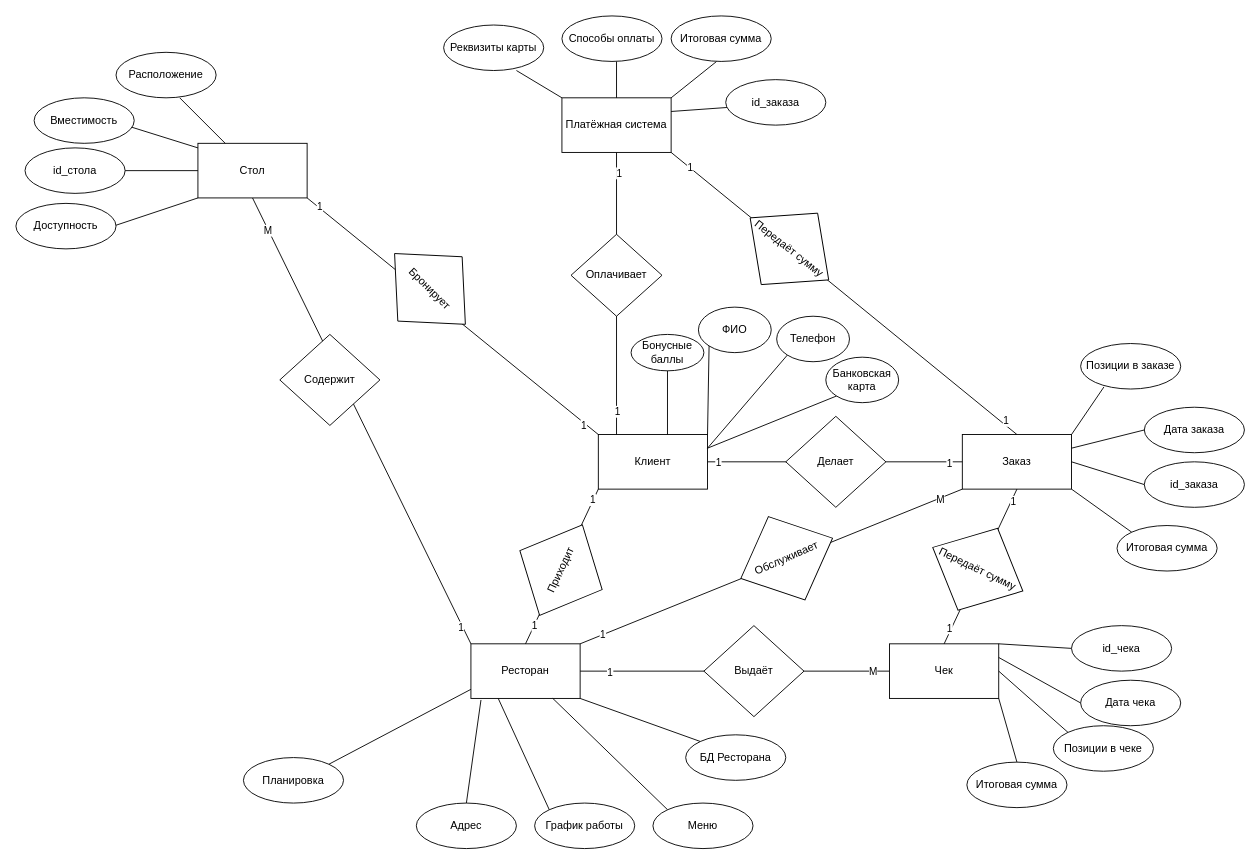
Earlier version of the draw.io diagram Концептуальная диаграмма.drawio (Crecker24/kursach). Source tidied: cells renumbered, new cells numbered last; positions are measured from the earlier drawing's top-left corner, leaving out a move shared by most shapes. Both pictures are drawn from the tidied source at 91%, with x=0, y=0 at pixel (15, 15).
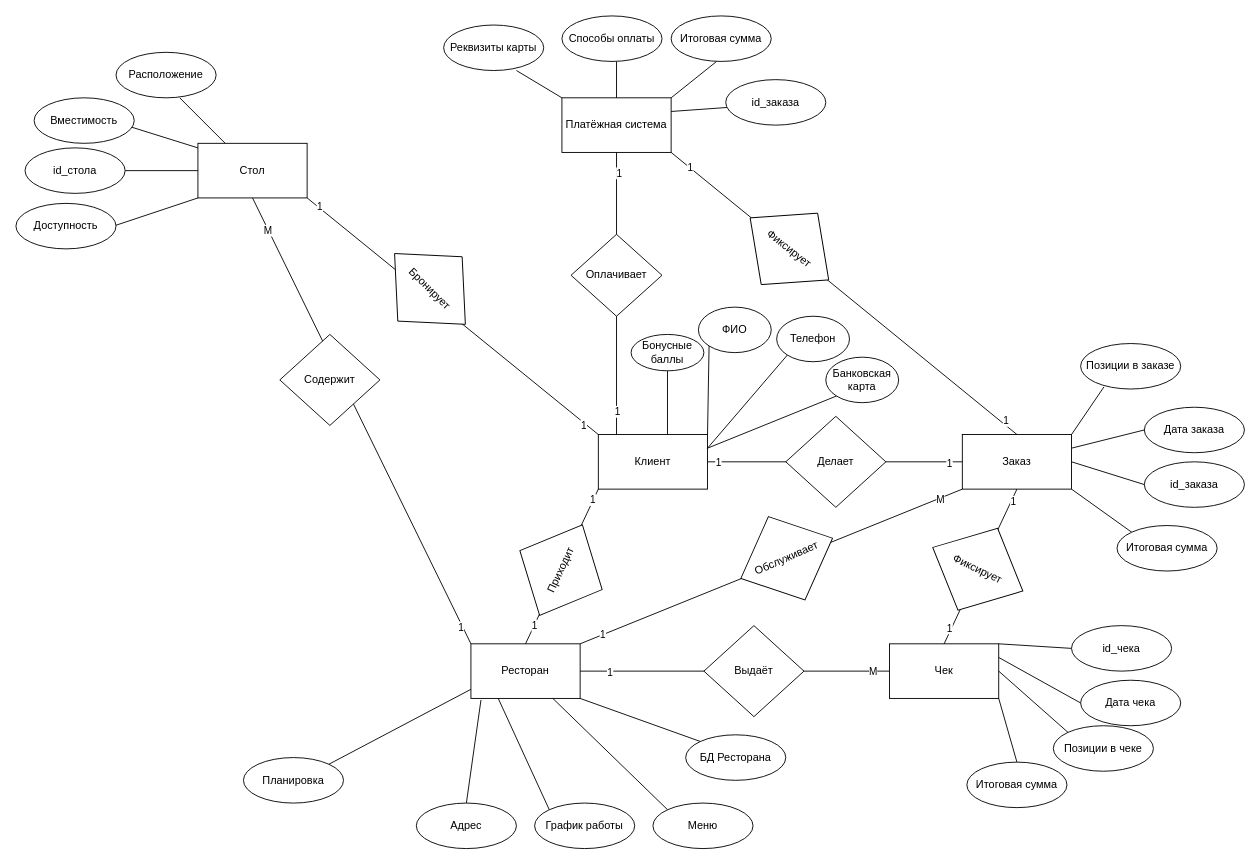
The same page after the edit.

What changed in the source:
```diff
@@
-    <mxCell id="87" value="Передаёт сумму" style="rhombus;whiteSpace=wrap;html=1;rotation=38.3;" parent="1" vertex="1">
+    <mxCell id="87" value="Фиксирует" style="rhombus;whiteSpace=wrap;html=1;rotation=38.3;" parent="1" vertex="1">
       <mxGeometry x="795" y="206" width="110" height="100" as="geometry" />
     </mxCell>
@@
-    <mxCell id="91" value="Передаёт сумму" style="rhombus;whiteSpace=wrap;html=1;rotation=25.8;" parent="1" vertex="1">
+    <mxCell id="91" value="Фиксирует" style="rhombus;whiteSpace=wrap;html=1;rotation=25.8;" parent="1" vertex="1">
       <mxGeometry x="1002" y="558" width="110" height="100" as="geometry" />
     </mxCell>
```
